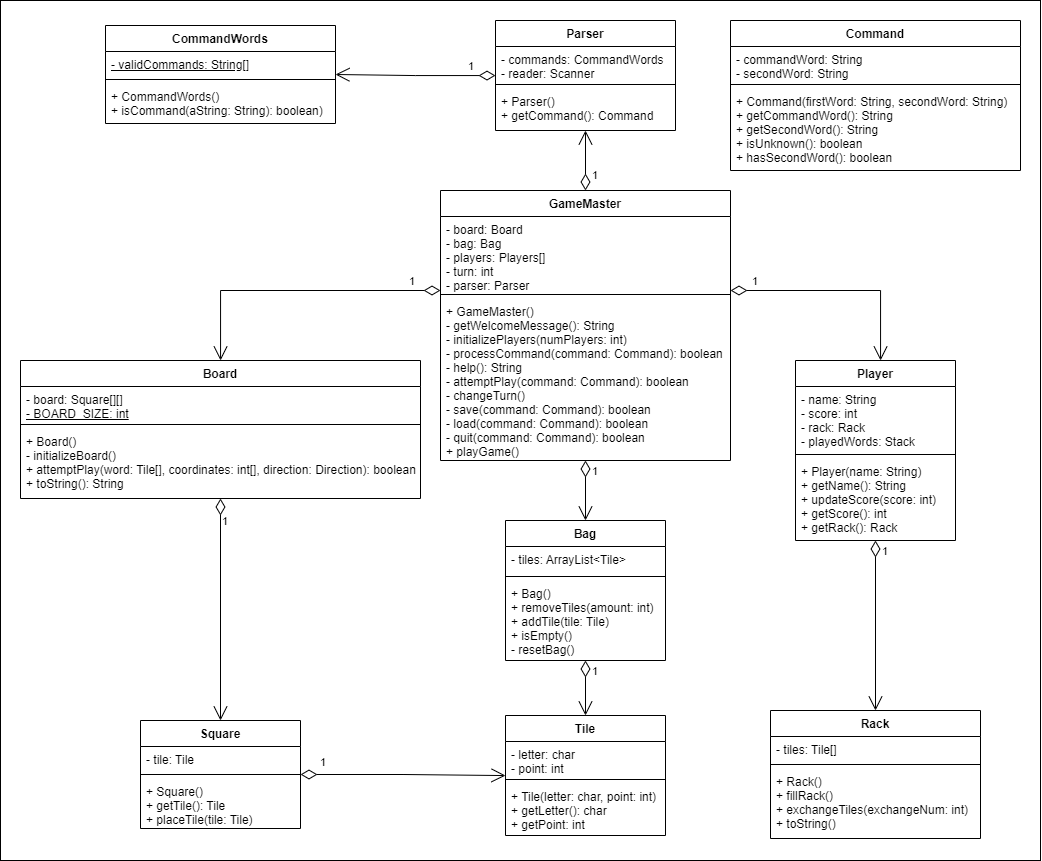
Above: src/ScrabbleUML.png in charles-55/ScrabbleGame (draw.io), before the change. Source tidied: cells renumbered, new cells last; positions are measured from the earlier drawing's top-left corner, leaving out a move shared by most shapes.
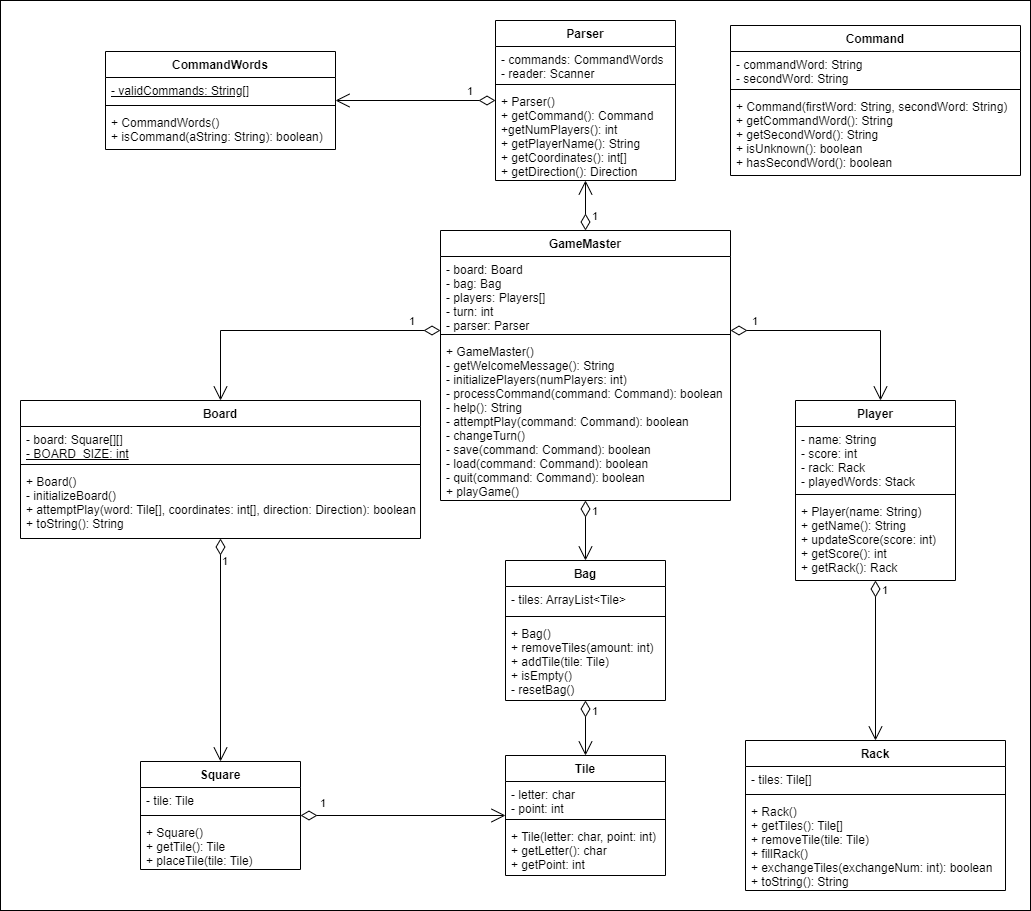
Later version of the same file.

Change to the diagram source:
```diff
@@ -3,7 +3,7 @@
     <mxCell id="0" />
     <mxCell id="1" parent="0" />
     <mxCell id="2" style="html=1;" parent="1" vertex="1">
-      <mxGeometry width="1040" height="860" as="geometry" />
+      <mxGeometry y="-40" width="1030" height="910" as="geometry" />
     </mxCell>
     <mxCell id="3" value="GameMaster" style="swimlane;fontStyle=1;align=center;verticalAlign=top;horizontal=1;startSize=26;" parent="1" vertex="1">
       <mxGeometry x="440" y="190" width="290" height="270" as="geometry" />
@@ -42,7 +42,7 @@
       <mxGeometry y="60" width="160" height="80" as="geometry" />
     </mxCell>
     <mxCell id="15" value="Square" style="swimlane;fontStyle=1;align=center;verticalAlign=top;horizontal=1;startSize=26;" parent="1" vertex="1">
-      <mxGeometry x="140" y="720" width="160" height="108" as="geometry" />
+      <mxGeometry x="140" y="721" width="160" height="108" as="geometry" />
     </mxCell>
     <mxCell id="16" value="- tile: Tile" style="text;strokeColor=none;fillColor=none;align=left;verticalAlign=top;spacingLeft=4;spacingRight=4;overflow=hidden;" parent="15" vertex="1">
       <mxGeometry y="26" width="160" height="24" as="geometry" />
@@ -78,16 +78,16 @@
       <mxGeometry y="98" width="160" height="82" as="geometry" />
     </mxCell>
     <mxCell id="27" value="Rack" style="swimlane;fontStyle=1;align=center;verticalAlign=top;horizontal=1;startSize=26;" parent="1" vertex="1">
-      <mxGeometry x="770" y="710" width="210" height="128" as="geometry" />
+      <mxGeometry x="745" y="700" width="260" height="150" as="geometry" />
     </mxCell>
     <mxCell id="28" value="- tiles: Tile[]" style="text;strokeColor=none;fillColor=none;align=left;verticalAlign=top;spacingLeft=4;spacingRight=4;overflow=hidden;" parent="27" vertex="1">
-      <mxGeometry y="26" width="210" height="24" as="geometry" />
+      <mxGeometry y="26" width="260" height="24" as="geometry" />
     </mxCell>
     <mxCell id="29" style="line;strokeWidth=1;fillColor=none;align=left;verticalAlign=middle;spacingTop=-1;spacingLeft=3;spacingRight=3;labelPosition=right;strokeColor=inherit;" parent="27" vertex="1">
-      <mxGeometry y="50" width="210" height="8" as="geometry" />
+      <mxGeometry y="50" width="260" height="8" as="geometry" />
     </mxCell>
-    <mxCell id="30" value="+ Rack()&#10;+ fillRack()&#10;+ exchangeTiles(exchangeNum: int)&#10;+ toString()" style="text;strokeColor=none;fillColor=none;align=left;verticalAlign=top;spacingLeft=4;spacingRight=4;overflow=hidden;" parent="27" vertex="1">
-      <mxGeometry y="58" width="210" height="70" as="geometry" />
+    <mxCell id="30" value="+ Rack()&#10;+ getTiles(): Tile[]&#10;+ removeTile(tile: Tile)&#10;+ fillRack()&#10;+ exchangeTiles(exchangeNum: int): boolean&#10;+ toString(): String" style="text;strokeColor=none;fillColor=none;align=left;verticalAlign=top;spacingLeft=4;spacingRight=4;overflow=hidden;" parent="27" vertex="1">
+      <mxGeometry y="58" width="260" height="92" as="geometry" />
     </mxCell>
     <mxCell id="31" value="1" style="endArrow=open;html=1;endSize=12;startArrow=diamondThin;startSize=14;startFill=0;edgeStyle=orthogonalEdgeStyle;align=left;verticalAlign=bottom;rounded=0;" parent="1" edge="1" source="3" target="7">
       <mxGeometry x="-0.77" relative="1" as="geometry">
@@ -119,7 +119,7 @@
       <mxGeometry x="-0.83" y="3" relative="1" as="geometry" />
     </mxCell>
     <mxCell id="38" value="Parser" style="swimlane;fontStyle=1;align=center;verticalAlign=top;horizontal=1;startSize=26;" parent="1" vertex="1">
-      <mxGeometry x="495" y="20" width="180" height="110" as="geometry" />
+      <mxGeometry x="495" y="-20" width="180" height="160" as="geometry" />
     </mxCell>
     <mxCell id="39" value="- commands: CommandWords&#10;- reader: Scanner" style="text;strokeColor=none;fillColor=none;align=left;verticalAlign=top;spacingLeft=4;spacingRight=4;overflow=hidden;" parent="38" vertex="1">
       <mxGeometry y="26" width="180" height="34" as="geometry" />
@@ -127,11 +127,11 @@
     <mxCell id="40" style="line;strokeWidth=1;fillColor=none;align=left;verticalAlign=middle;spacingTop=-1;spacingLeft=3;spacingRight=3;labelPosition=right;strokeColor=inherit;" parent="38" vertex="1">
       <mxGeometry y="60" width="180" height="8" as="geometry" />
     </mxCell>
-    <mxCell id="41" value="+ Parser()&#10;+ getCommand(): Command" style="text;strokeColor=none;fillColor=none;align=left;verticalAlign=top;spacingLeft=4;spacingRight=4;overflow=hidden;" parent="38" vertex="1">
-      <mxGeometry y="68" width="180" height="42" as="geometry" />
+    <mxCell id="41" value="+ Parser()&#10;+ getCommand(): Command&#10;+getNumPlayers(): int&#10;+ getPlayerName(): String&#10;+ getCoordinates(): int[]&#10;+ getDirection(): Direction" style="text;strokeColor=none;fillColor=none;align=left;verticalAlign=top;spacingLeft=4;spacingRight=4;overflow=hidden;" parent="38" vertex="1">
+      <mxGeometry y="68" width="180" height="92" as="geometry" />
     </mxCell>
     <mxCell id="42" value="CommandWords" style="swimlane;fontStyle=1;align=center;verticalAlign=top;horizontal=1;startSize=26;" parent="1" vertex="1">
-      <mxGeometry x="105" y="25" width="230" height="98" as="geometry" />
+      <mxGeometry x="105" y="11" width="230" height="98" as="geometry" />
     </mxCell>
     <mxCell id="43" value="&lt;u&gt;- validCommands: String[]&lt;/u&gt;" style="text;strokeColor=none;fillColor=none;align=left;verticalAlign=top;spacingLeft=4;spacingRight=4;overflow=hidden;html=1;" parent="42" vertex="1">
       <mxGeometry y="26" width="230" height="24" as="geometry" />
@@ -143,7 +143,7 @@
       <mxGeometry y="58" width="230" height="40" as="geometry" />
     </mxCell>
     <mxCell id="46" value="Command" style="swimlane;fontStyle=1;align=center;verticalAlign=top;horizontal=1;startSize=26;" parent="1" vertex="1">
-      <mxGeometry x="730" y="20" width="290" height="150" as="geometry" />
+      <mxGeometry x="730" y="-15" width="290" height="150" as="geometry" />
     </mxCell>
     <mxCell id="47" value="- commandWord: String&#10;- secondWord: String" style="text;strokeColor=none;fillColor=none;align=left;verticalAlign=top;spacingLeft=4;spacingRight=4;overflow=hidden;" parent="46" vertex="1">
       <mxGeometry y="26" width="290" height="34" as="geometry" />
```
